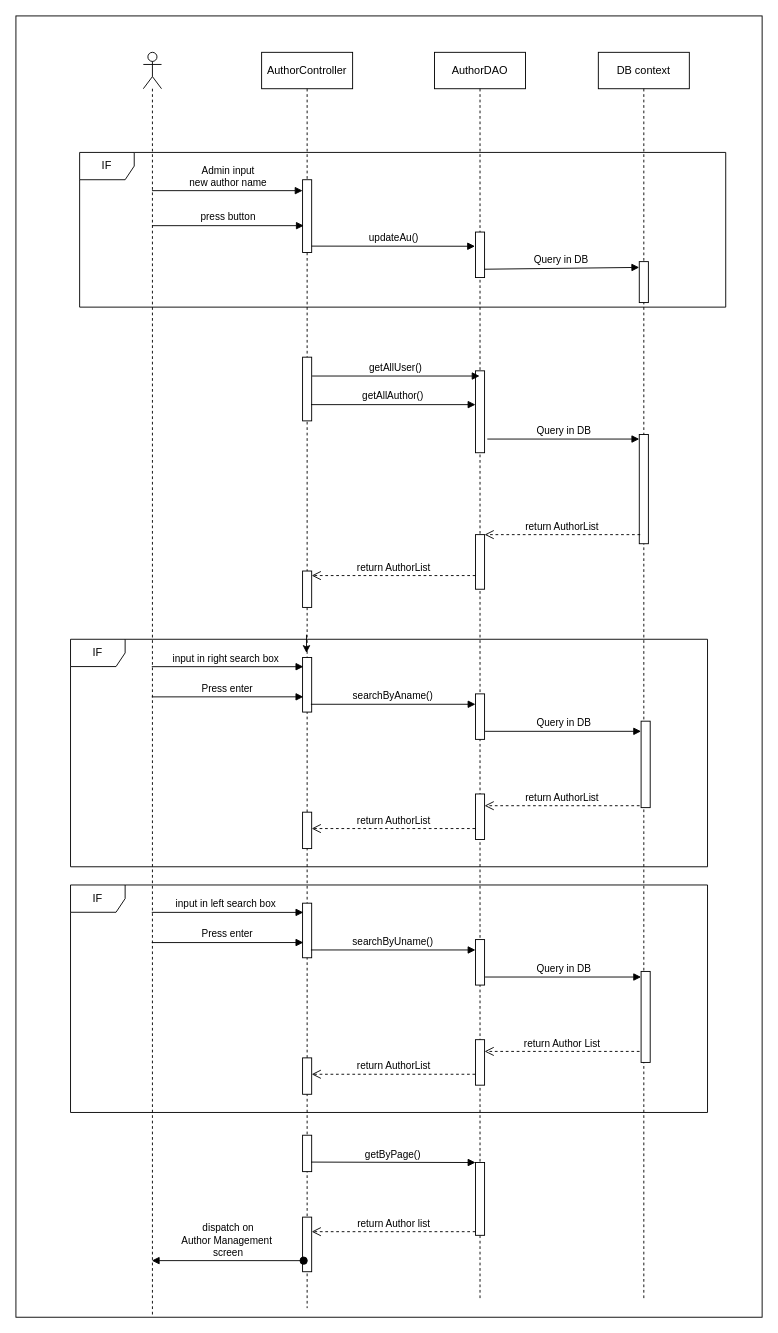
baspdd/desktop-tutorial keeps this draw.io diagram as page "Trang-5" (5 of 8) of te3.drawio. Above is the earlier version. Source tidied: cells renumbered, new cells numbered last; positions are measured from the earlier drawing's top-left corner, leaving out a move shared by most shapes. Both pictures are drawn from the tidied source at 91%, with x=0, y=0 at pixel (15, 15).
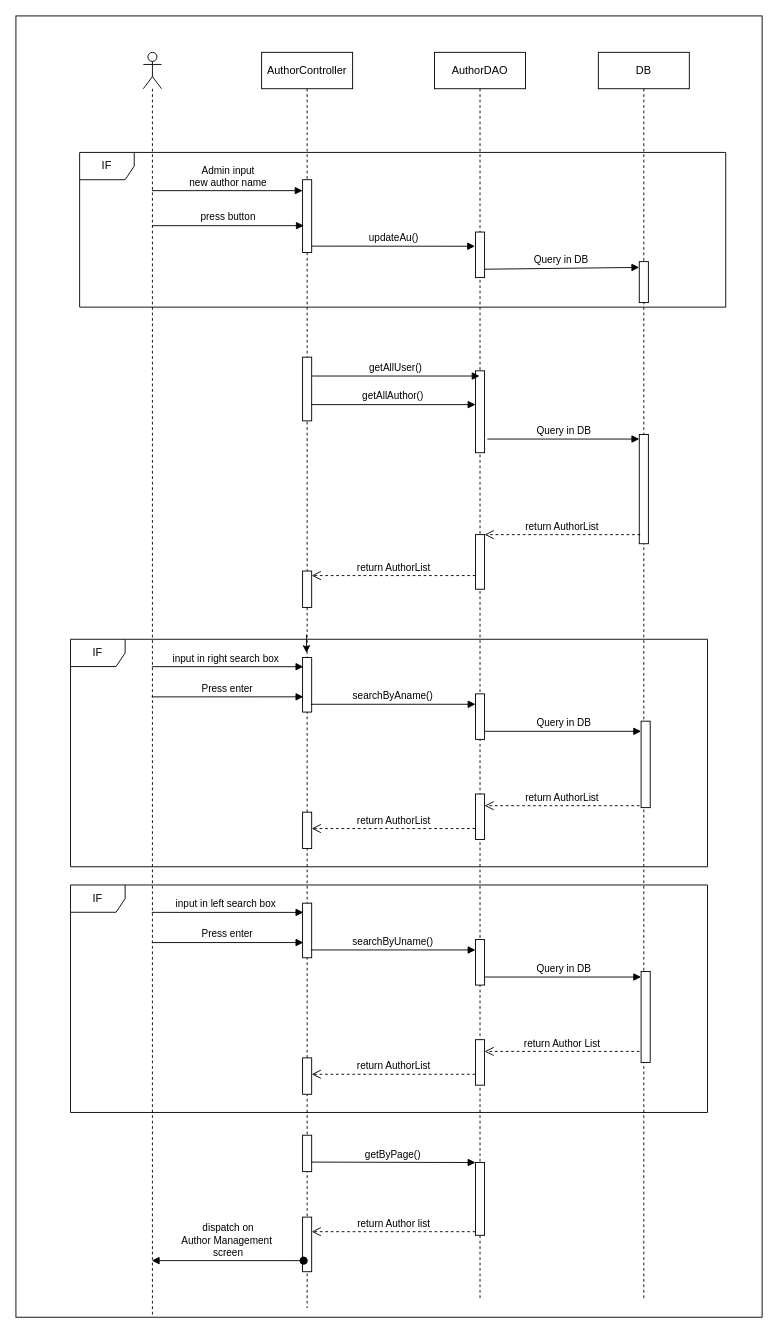
The same page after the edit.

The edit, as a diff of the source:
```diff
@@
-    <mxCell id="22" value="DB context" style="shape=umlLifeline;perimeter=lifelinePerimeter;whiteSpace=wrap;html=1;" parent="1" vertex="1">
+    <mxCell id="22" value="DB" style="shape=umlLifeline;perimeter=lifelinePerimeter;whiteSpace=wrap;html=1;" parent="1" vertex="1">
       <mxGeometry x="640" y="40" width="100" height="1370" as="geometry" />
     </mxCell>
```
